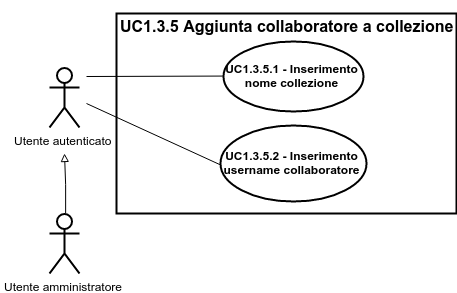
Above: img/UseCases/UC1_3_5.png in ScalateKids/Actorbase-Documents (draw.io), before the change. Source tidied: cells renumbered, new cells last; positions are measured from the earlier drawing's top-left corner, leaving out a move shared by most shapes.
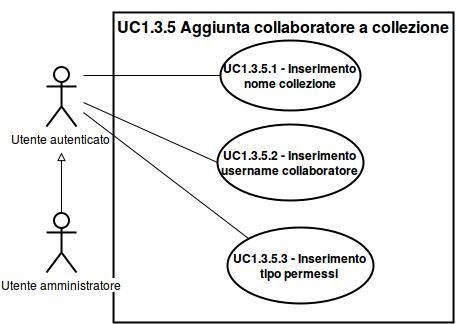
The same file after the commit.

Commit message:
modificata sezione visibilità -> permessi

What changed in the source:
```diff
@@ -3,7 +3,7 @@
     <mxCell id="0" />
     <mxCell id="1" parent="0" />
     <mxCell id="2" style="html=1;shadow=0;glass=0;strokeWidth=2;fillColor=none;" parent="1" vertex="1">
-      <mxGeometry x="67" y="10" width="340" height="200" as="geometry" />
+      <mxGeometry x="67" y="10" width="340" height="310" as="geometry" />
     </mxCell>
     <mxCell id="3" value="Utente autenticato" style="shape=umlActor;verticalLabelPosition=bottom;labelBackgroundColor=#ffffff;verticalAlign=top;html=1;shadow=0;glass=0;strokeWidth=2;fillColor=none;" parent="1" vertex="1">
       <mxGeometry y="64" width="30" height="60" as="geometry" />
@@ -27,13 +27,21 @@
     <mxCell id="8" value="&lt;font style=&quot;font-size: 16px&quot;&gt;UC1.3.5 Aggiunta collaboratore a collezione&lt;/font&gt;" style="text;html=1;fontSize=24;fontStyle=1;verticalAlign=middle;align=center;shadow=0;glass=0;strokeWidth=2;fillColor=none;" parent="1" vertex="1">
       <mxGeometry x="187" width="100" height="40" as="geometry" />
     </mxCell>
-    <mxCell id="9" style="edgeStyle=orthogonalEdgeStyle;rounded=0;html=1;endArrow=block;endFill=0;jettySize=auto;strokeWidth=1;fontSize=11;" parent="1" edge="1" source="10">
-      <mxGeometry x="1258" y="-540" as="geometry">
-        <mxPoint x="15" y="150" as="targetPoint" />
-      </mxGeometry>
+    <mxCell id="9" value="Utente amministratore" style="shape=umlActor;verticalLabelPosition=bottom;labelBackgroundColor=#ffffff;verticalAlign=top;html=1;shadow=0;glass=0;strokeWidth=2;fillColor=none;" parent="1" vertex="1">
+      <mxGeometry y="210" width="30" height="60" as="geometry" />
     </mxCell>
-    <mxCell id="10" value="Utente amministratore" style="shape=umlActor;verticalLabelPosition=bottom;labelBackgroundColor=#ffffff;verticalAlign=top;html=1;shadow=0;glass=0;strokeWidth=2;fillColor=none;" parent="1" vertex="1">
-      <mxGeometry y="210" width="30" height="60" as="geometry" />
+    <mxCell id="10" style="edgeStyle=orthogonalEdgeStyle;rounded=0;html=1;endArrow=block;endFill=0;jettySize=auto;strokeWidth=1;fontSize=11;" parent="1" edge="1" source="9">
+      <mxGeometry x="1258" y="-540" as="geometry">
+        <mxPoint x="15" y="150" as="targetPoint" />
+      </mxGeometry>
     </mxCell>
+    <mxCell id="11" value="&lt;b&gt;UC1.3.5.3 - Inserimento tipo permessi&lt;br&gt;&lt;/b&gt;" style="ellipse;whiteSpace=wrap;html=1;shadow=0;glass=0;strokeWidth=2;fillColor=none;" parent="1" vertex="1">
+      <mxGeometry x="181" y="225" width="146" height="76" as="geometry" />
+    </mxCell>
+    <mxCell id="12" style="endArrow=none;html=1;strokeWidth=1;entryX=0;entryY=0;" parent="1" edge="1" target="11">
+      <mxGeometry x="1263" y="-540" as="geometry">
+        <mxPoint x="37" y="110" as="sourcePoint" />
+      </mxGeometry>
+    </mxCell>
   </root>
 </mxGraphModel>
```
